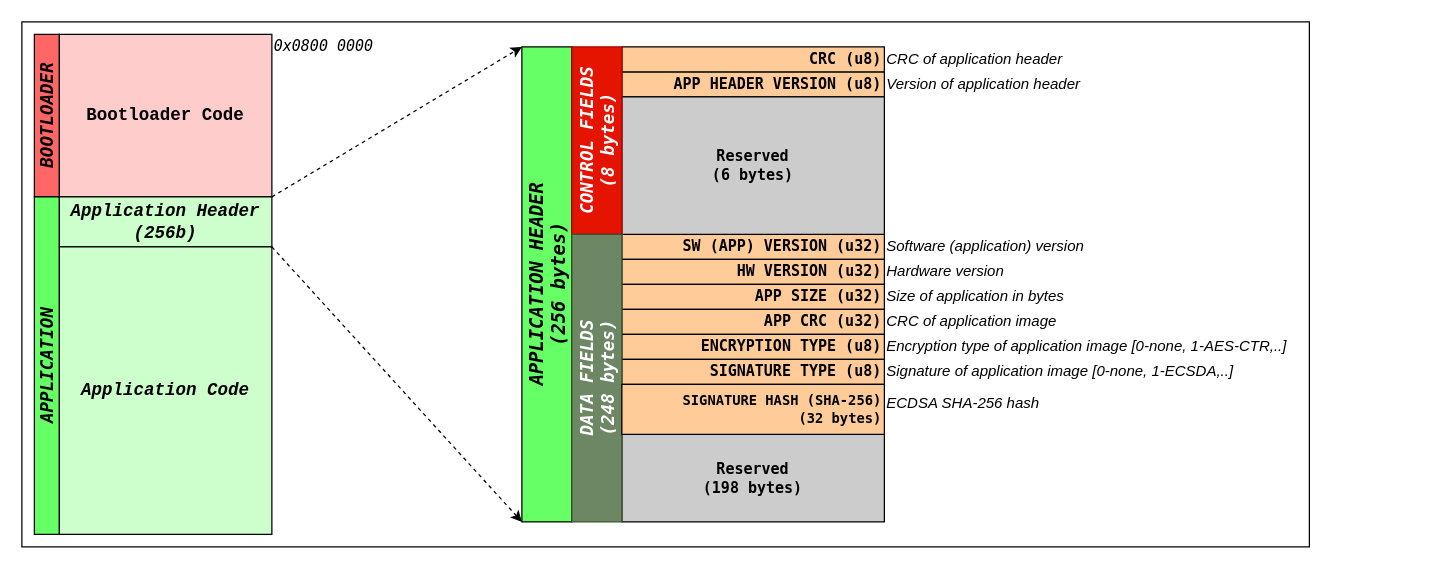
The draw.io diagram page "Flash Layout" (3 of 5) of doc/Bootloader_Drawings.drawio in GeneralEmbeddedCLibraries/boot, before the edit. Source tidied: cells renumbered, new cells numbered last; positions are measured from the earlier drawing's top-left corner, leaving out a move shared by most shapes. Both pictures are drawn from the tidied source at 125%, with x=0, y=0 at pixel (21, 21).
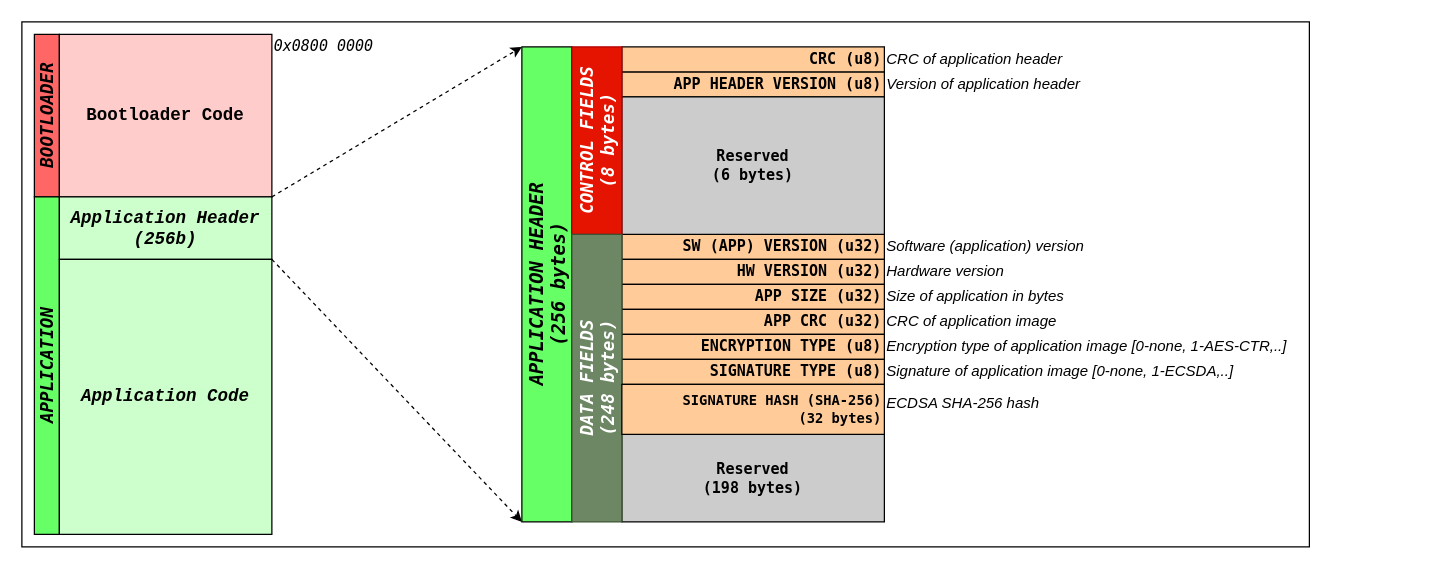
Above is the later version.

The change refers to these unchanged cells:
```xml
<mxCell id="11" value="APPLICATION HEADER&lt;br style=&quot;font-size: 15px;&quot;&gt;(256 bytes)" style="rounded=0;whiteSpace=wrap;html=1;strokeWidth=1;horizontal=0;fontStyle=3;fillColor=#66FF66;fontSize=15;fontFamily=Lucida Console;" parent="1" vertex="1">
  <mxGeometry x="400" y="20" width="40" height="380" as="geometry" />
</mxCell>
```

Diff of the diagram source:
```diff
@@
     <mxCell id="6" value="Application Header&lt;br style=&quot;font-size: 14px;&quot;&gt;(256b)" style="rounded=0;whiteSpace=wrap;html=1;fillColor=#CCFFCC;fontFamily=Courier New;fontStyle=3;fontSize=14;" parent="1" vertex="1">
-      <mxGeometry x="30" y="140" width="170" height="40" as="geometry" />
+      <mxGeometry x="30" y="140" width="170" height="50" as="geometry" />
     </mxCell>
     <mxCell id="7" value="Application Code" style="rounded=0;whiteSpace=wrap;html=1;fillColor=#CCFFCC;fontFamily=Courier New;fontStyle=3;fontSize=14;" parent="1" vertex="1">
-      <mxGeometry x="30" y="180" width="170" height="230" as="geometry" />
+      <mxGeometry x="30" y="190" width="170" height="220" as="geometry" />
     </mxCell>
@@
-    <mxCell id="10" style="endArrow=classic;html=1;rounded=0;exitX=0;exitY=0;exitDx=0;exitDy=0;dashed=1;entryX=0;entryY=1;entryDx=0;entryDy=0;" parent="1" edge="1" target="11">
+    <mxCell id="10" style="endArrow=classic;html=1;rounded=0;exitX=1;exitY=0;exitDx=0;exitDy=0;dashed=1;entryX=0;entryY=1;entryDx=0;entryDy=0;" parent="1" edge="1" target="11">
       <mxGeometry relative="1" as="geometry">
-        <mxPoint x="200" y="180" as="sourcePoint" />
+        <mxPoint x="200" y="190" as="sourcePoint" />
       </mxGeometry>
     </mxCell>
```
